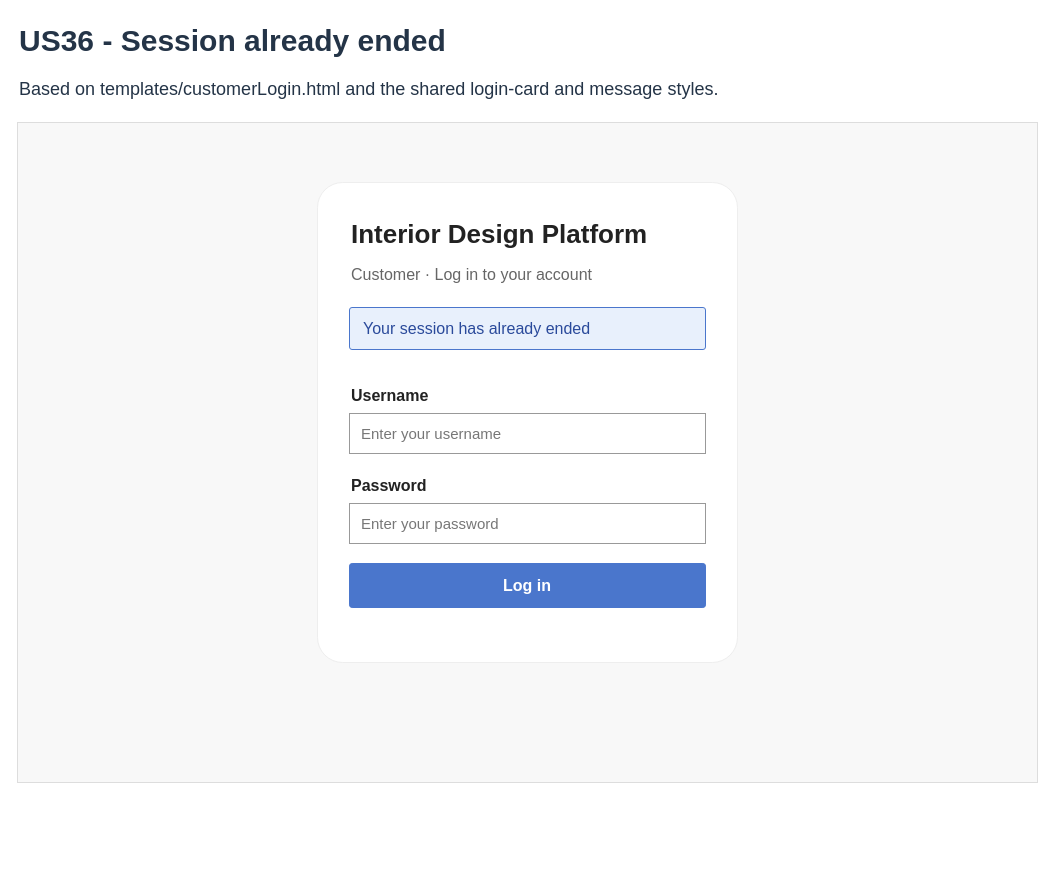
This is page "4c Wireframe - Session already ended" (5 of 7) of Sprint_3/US36 - Customer Log Out/US36 Customer log out.drawio from Hanzxc/CSIT314-ARCHSS, a draw.io file, before an edit. Source tidied: cells renumbered, new cells numbered last; positions are measured from the earlier drawing's top-left corner, leaving out a move shared by most shapes. Both pictures are drawn from the tidied source at 100%, with x=0, y=0 at pixel (17, 17).
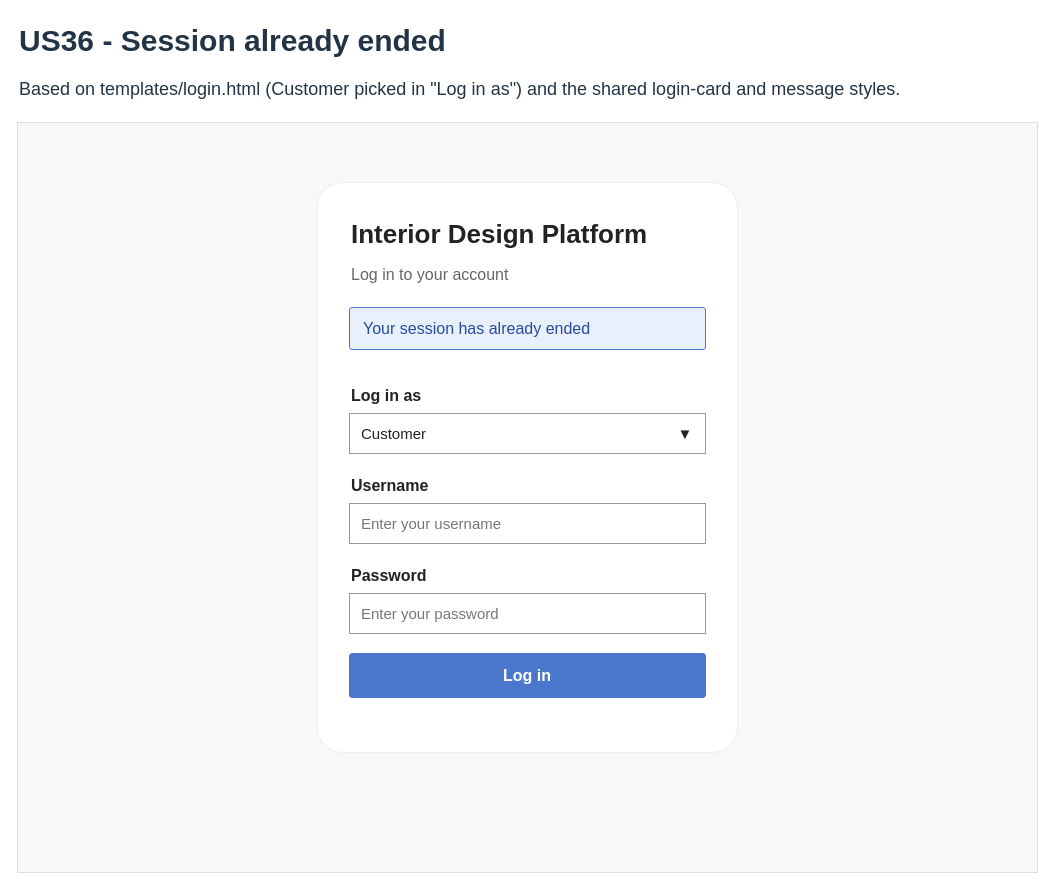
Above is the later version.

The edit, as a diff of the source:
```diff
@@
-    <mxCell id="3" value="Based on templates/customerLogin.html and the shared login-card and message styles." style="text;html=0;align=left;verticalAlign=middle;whiteSpace=wrap;fontSize=18;fontStyle=0;fontColor=#243447;" parent="1" vertex="1">
+    <mxCell id="3" value="Based on templates/login.html (Customer picked in &quot;Log in as&quot;) and the shared login-card and message styles." style="text;html=0;align=left;verticalAlign=middle;whiteSpace=wrap;fontSize=18;fontStyle=0;fontColor=#243447;" parent="1" vertex="1">
       <mxGeometry y="52" width="1020" height="40" as="geometry" />
     </mxCell>
     <mxCell id="4" style="rounded=0;arcSize=6;html=0;fillColor=#f8f8f8;strokeColor=#ddd;" parent="1" vertex="1">
-      <mxGeometry y="105" width="1020" height="660" as="geometry" />
+      <mxGeometry y="105" width="1020" height="750" as="geometry" />
     </mxCell>
     <mxCell id="5" style="rounded=1;arcSize=6;html=0;fillColor=#fff;strokeColor=#eee;" parent="1" vertex="1">
-      <mxGeometry x="300" y="165" width="420" height="480" as="geometry" />
+      <mxGeometry x="300" y="165" width="420" height="570" as="geometry" />
     </mxCell>
@@
-    <mxCell id="7" value="Customer · Log in to your account" style="text;html=0;align=left;verticalAlign=middle;whiteSpace=wrap;fontSize=16;fontStyle=0;fontColor=#666;" parent="1" vertex="1">
+    <mxCell id="7" value="Log in to your account" style="text;html=0;align=left;verticalAlign=middle;whiteSpace=wrap;fontSize=16;fontStyle=0;fontColor=#666;" parent="1" vertex="1">
       <mxGeometry x="332" y="242" width="356" height="30" as="geometry" />
     </mxCell>
@@
     <mxCell id="10" value="Username" style="text;html=0;align=left;verticalAlign=middle;whiteSpace=wrap;fontSize=16;fontStyle=1;fontColor=#222;" parent="1" vertex="1">
-      <mxGeometry x="332" y="365" width="356" height="25" as="geometry" />
+      <mxGeometry x="332" y="455" width="356" height="25" as="geometry" />
     </mxCell>
     <mxCell id="11" style="rounded=0;arcSize=6;html=0;fillColor=#fff;strokeColor=#999;" parent="1" vertex="1">
-      <mxGeometry x="332" y="396" width="356" height="40" as="geometry" />
+      <mxGeometry x="332" y="486" width="356" height="40" as="geometry" />
     </mxCell>
     <mxCell id="12" value="Enter your username" style="text;html=0;align=left;verticalAlign=middle;whiteSpace=wrap;fontSize=15;fontStyle=0;fontColor=#777;" parent="1" vertex="1">
-      <mxGeometry x="342" y="401" width="336" height="30" as="geometry" />
+      <mxGeometry x="342" y="491" width="336" height="30" as="geometry" />
     </mxCell>
     <mxCell id="13" value="Password" style="text;html=0;align=left;verticalAlign=middle;whiteSpace=wrap;fontSize=16;fontStyle=1;fontColor=#222;" parent="1" vertex="1">
-      <mxGeometry x="332" y="455" width="356" height="25" as="geometry" />
+      <mxGeometry x="332" y="545" width="356" height="25" as="geometry" />
     </mxCell>
     <mxCell id="14" style="rounded=0;arcSize=6;html=0;fillColor=#fff;strokeColor=#999;" parent="1" vertex="1">
-      <mxGeometry x="332" y="486" width="356" height="40" as="geometry" />
+      <mxGeometry x="332" y="576" width="356" height="40" as="geometry" />
     </mxCell>
     <mxCell id="15" value="Enter your password" style="text;html=0;align=left;verticalAlign=middle;whiteSpace=wrap;fontSize=15;fontStyle=0;fontColor=#777;" parent="1" vertex="1">
-      <mxGeometry x="342" y="491" width="336" height="30" as="geometry" />
+      <mxGeometry x="342" y="581" width="336" height="30" as="geometry" />
     </mxCell>
     <mxCell id="16" style="rounded=1;arcSize=6;html=0;fillColor=#4a76cc;strokeColor=#4a76cc;" parent="1" vertex="1">
-      <mxGeometry x="332" y="546" width="356" height="44" as="geometry" />
+      <mxGeometry x="332" y="636" width="356" height="44" as="geometry" />
     </mxCell>
     <mxCell id="17" value="Log in" style="text;html=0;align=center;verticalAlign=middle;whiteSpace=wrap;fontSize=16;fontStyle=1;fontColor=#fff;" parent="1" vertex="1">
-      <mxGeometry x="342" y="553" width="336" height="30" as="geometry" />
+      <mxGeometry x="342" y="643" width="336" height="30" as="geometry" />
     </mxCell>
+    <mxCell id="18" value="Log in as" style="text;html=0;align=left;verticalAlign=middle;whiteSpace=wrap;fontSize=16;fontStyle=1;fontColor=#222;" parent="1" vertex="1">
+      <mxGeometry x="332" y="365" width="356" height="25" as="geometry" />
+    </mxCell>
+    <mxCell id="19" style="rounded=0;arcSize=6;html=0;fillColor=#fff;strokeColor=#999;" parent="1" vertex="1">
+      <mxGeometry x="332" y="396" width="356" height="40" as="geometry" />
+    </mxCell>
+    <mxCell id="20" value="Customer" style="text;html=0;align=left;verticalAlign=middle;whiteSpace=wrap;fontSize=15;fontStyle=0;fontColor=#222;" parent="1" vertex="1">
+      <mxGeometry x="342" y="401" width="336" height="30" as="geometry" />
+    </mxCell>
+    <mxCell id="21" value="▼" style="text;html=0;align=center;verticalAlign=middle;whiteSpace=wrap;fontSize=15;fontStyle=0;fontColor=#222;" parent="1" vertex="1">
+      <mxGeometry x="658" y="401" width="20" height="30" as="geometry" />
+    </mxCell>
```
